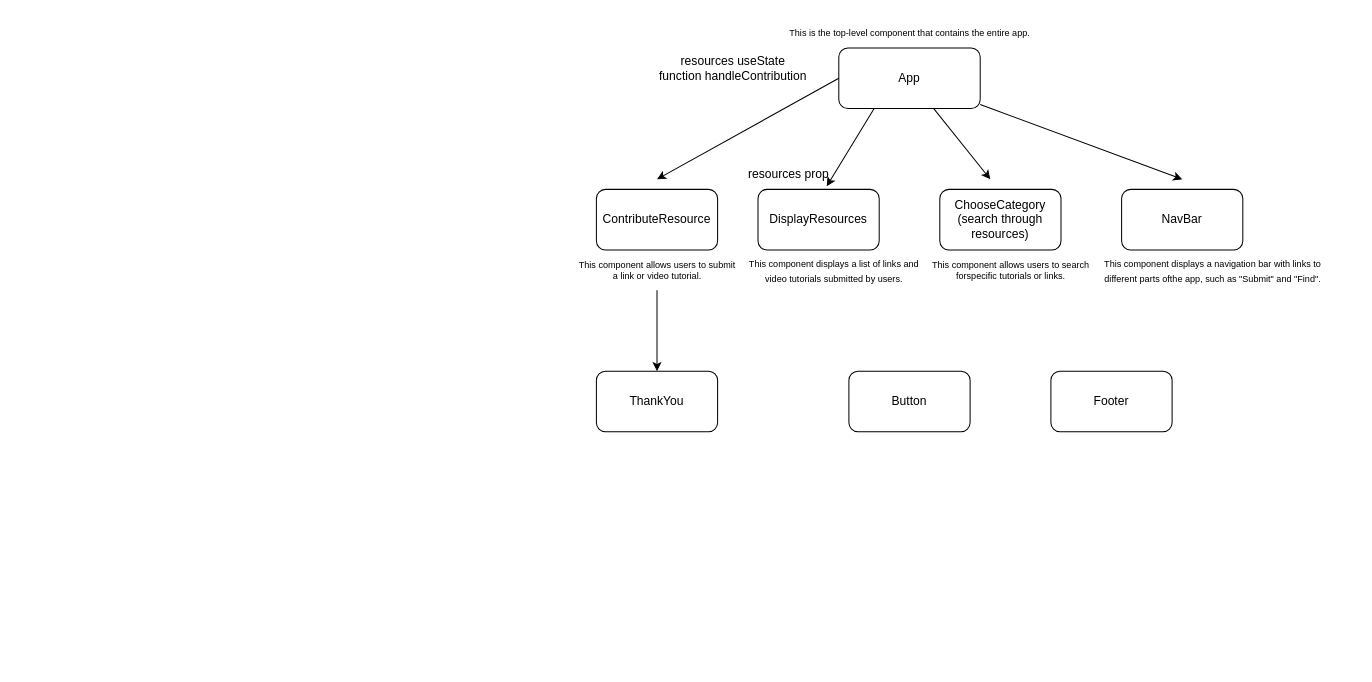
Before: bridge-the-gap/component-tree.drawio in sarahcrack/bridge-the-gap, a draw.io diagram. Source tidied: cells renumbered, new cells numbered last; positions are measured from the earlier drawing's top-left corner, leaving out a move shared by most shapes. Both pictures are drawn from the tidied source at 101%, with x=0, y=0 at pixel (566, 17).
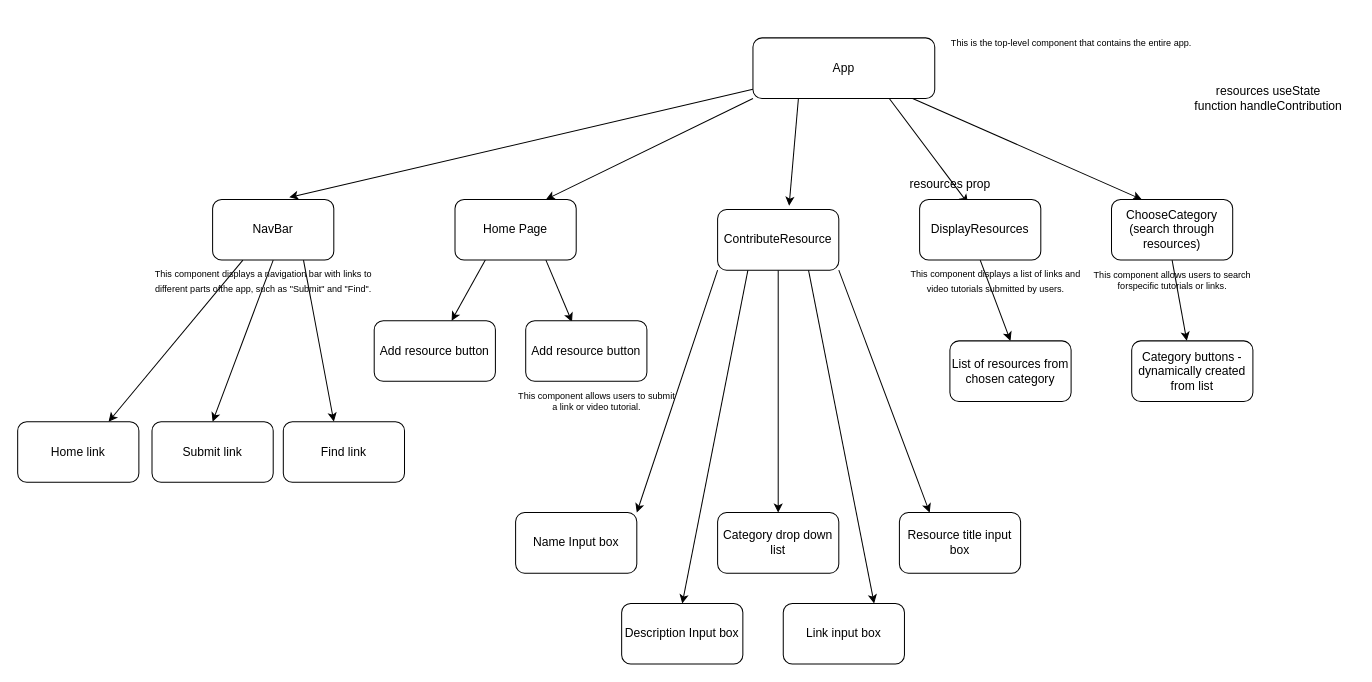
After the change.

Commit message:
added elements to component tree

Diff of the diagram source:
```diff
@@
-    <mxCell id="2" style="edgeStyle=none;html=1;exitX=0;exitY=0.5;exitDx=0;exitDy=0;fontSize=9;" parent="1" edge="1" source="6">
-      <mxGeometry relative="1" as="geometry">
-        <mxPoint x="90" y="160" as="targetPoint" />
-      </mxGeometry>
-    </mxCell>
-    <mxCell id="3" style="edgeStyle=none;html=1;exitX=0.25;exitY=1;exitDx=0;exitDy=0;entryX=0.567;entryY=-0.05;entryDx=0;entryDy=0;entryPerimeter=0;fontSize=9;" parent="1" edge="1" source="6" target="8">
-      <mxGeometry relative="1" as="geometry" />
-    </mxCell>
-    <mxCell id="4" style="edgeStyle=none;html=1;fontSize=9;" parent="1" edge="1" source="6">
-      <mxGeometry relative="1" as="geometry">
-        <mxPoint x="420" y="160" as="targetPoint" />
-      </mxGeometry>
+    <mxCell id="4" style="edgeStyle=none;html=1;fontSize=9;entryX=0.25;entryY=0;entryDx=0;entryDy=0;" parent="1" edge="1" source="6" target="9">
+      <mxGeometry relative="1" as="geometry" />
     </mxCell>
-    <mxCell id="5" style="edgeStyle=none;html=1;fontSize=9;" parent="1" edge="1" source="6">
-      <mxGeometry relative="1" as="geometry">
-        <mxPoint x="610" y="160" as="targetPoint" />
-      </mxGeometry>
+    <mxCell id="5" style="edgeStyle=none;html=1;fontSize=9;entryX=0.632;entryY=-0.035;entryDx=0;entryDy=0;entryPerimeter=0;" parent="1" edge="1" source="6" target="12">
+      <mxGeometry relative="1" as="geometry" />
     </mxCell>
+    <mxCell id="22" style="edgeStyle=none;html=1;exitX=0;exitY=1;exitDx=0;exitDy=0;entryX=0.75;entryY=0;entryDx=0;entryDy=0;" parent="1" edge="1" source="6" target="37">
+      <mxGeometry relative="1" as="geometry" />
+    </mxCell>
+    <mxCell id="23" style="edgeStyle=none;html=1;exitX=0.25;exitY=1;exitDx=0;exitDy=0;entryX=0.59;entryY=-0.063;entryDx=0;entryDy=0;entryPerimeter=0;" parent="1" edge="1" source="6" target="7">
+      <mxGeometry relative="1" as="geometry" />
+    </mxCell>
+    <mxCell id="24" style="edgeStyle=none;html=1;exitX=0.75;exitY=1;exitDx=0;exitDy=0;entryX=0.68;entryY=1.134;entryDx=0;entryDy=0;entryPerimeter=0;" parent="1" edge="1" source="6" target="21">
+      <mxGeometry relative="1" as="geometry" />
+    </mxCell>
     <mxCell id="6" value="App" style="rounded=1;whiteSpace=wrap;html=1;" parent="1" vertex="1">
-      <mxGeometry x="270" y="30" width="140" height="60" as="geometry" />
+      <mxGeometry x="185" y="20" width="180" height="60" as="geometry" />
     </mxCell>
+    <mxCell id="25" style="edgeStyle=none;html=1;exitX=0;exitY=1;exitDx=0;exitDy=0;entryX=1;entryY=0;entryDx=0;entryDy=0;" parent="1" edge="1" source="7" target="40">
+      <mxGeometry relative="1" as="geometry" />
+    </mxCell>
+    <mxCell id="26" style="edgeStyle=none;html=1;exitX=0.25;exitY=1;exitDx=0;exitDy=0;entryX=0.5;entryY=0;entryDx=0;entryDy=0;" parent="1" edge="1" source="7" target="42">
+      <mxGeometry relative="1" as="geometry" />
+    </mxCell>
+    <mxCell id="27" style="edgeStyle=none;html=1;exitX=0.5;exitY=1;exitDx=0;exitDy=0;entryX=0.5;entryY=0;entryDx=0;entryDy=0;" parent="1" edge="1" source="7" target="41">
+      <mxGeometry relative="1" as="geometry" />
+    </mxCell>
+    <mxCell id="28" style="edgeStyle=none;html=1;exitX=0.75;exitY=1;exitDx=0;exitDy=0;entryX=0.75;entryY=0;entryDx=0;entryDy=0;" parent="1" edge="1" source="7" target="43">
+      <mxGeometry relative="1" as="geometry" />
+    </mxCell>
+    <mxCell id="29" style="edgeStyle=none;html=1;exitX=1;exitY=1;exitDx=0;exitDy=0;entryX=0.25;entryY=0;entryDx=0;entryDy=0;" parent="1" edge="1" source="7" target="44">
+      <mxGeometry relative="1" as="geometry" />
+    </mxCell>
     <mxCell id="7" value="ContributeResource" style="rounded=1;whiteSpace=wrap;html=1;" parent="1" vertex="1">
-      <mxGeometry x="30" y="170" width="120" height="60" as="geometry" />
+      <mxGeometry x="150" y="190" width="120" height="60" as="geometry" />
     </mxCell>
+    <mxCell id="30" style="edgeStyle=none;html=1;exitX=0.5;exitY=1;exitDx=0;exitDy=0;entryX=0.5;entryY=0;entryDx=0;entryDy=0;" parent="1" edge="1" source="8" target="10">
+      <mxGeometry relative="1" as="geometry" />
+    </mxCell>
     <mxCell id="8" value="DisplayResources" style="rounded=1;whiteSpace=wrap;html=1;" parent="1" vertex="1">
-      <mxGeometry x="190" y="170" width="120" height="60" as="geometry" />
+      <mxGeometry x="350" y="180" width="120" height="60" as="geometry" />
     </mxCell>
+    <mxCell id="31" style="edgeStyle=none;html=1;exitX=0.5;exitY=1;exitDx=0;exitDy=0;" parent="1" edge="1" source="9" target="19">
+      <mxGeometry relative="1" as="geometry" />
+    </mxCell>
     <mxCell id="9" value="ChooseCategory&lt;br&gt;(search through resources)" style="rounded=1;whiteSpace=wrap;html=1;" parent="1" vertex="1">
-      <mxGeometry x="370" y="170" width="120" height="60" as="geometry" />
+      <mxGeometry x="540" y="180" width="120" height="60" as="geometry" />
     </mxCell>
-    <mxCell id="10" value="ThankYou" style="rounded=1;whiteSpace=wrap;html=1;" parent="1" vertex="1">
-      <mxGeometry x="30" y="350" width="120" height="60" as="geometry" />
+    <mxCell id="10" value="List of resources from chosen category" style="rounded=1;whiteSpace=wrap;html=1;" parent="1" vertex="1">
+      <mxGeometry x="380" y="320" width="120" height="60" as="geometry" />
     </mxCell>
     <mxCell id="11" value="&lt;font style=&quot;font-size: 9px;&quot;&gt;This is the top-level component that contains the entire app.&lt;/font&gt;" style="text;html=1;align=center;verticalAlign=middle;strokeColor=none;fillColor=none;" parent="1" vertex="1">
-      <mxGeometry x="210" width="260" height="30" as="geometry" />
+      <mxGeometry x="370" y="10" width="260" height="30" as="geometry" />
     </mxCell>
+    <mxCell id="32" style="edgeStyle=none;html=1;exitX=0.25;exitY=1;exitDx=0;exitDy=0;entryX=0.75;entryY=0;entryDx=0;entryDy=0;" parent="1" edge="1" source="12" target="39">
+      <mxGeometry relative="1" as="geometry" />
+    </mxCell>
+    <mxCell id="33" style="edgeStyle=none;html=1;exitX=0.5;exitY=1;exitDx=0;exitDy=0;entryX=0.5;entryY=0;entryDx=0;entryDy=0;" parent="1" edge="1" source="12" target="45">
+      <mxGeometry relative="1" as="geometry" />
+    </mxCell>
+    <mxCell id="34" style="edgeStyle=none;html=1;exitX=0.75;exitY=1;exitDx=0;exitDy=0;entryX=0.417;entryY=0;entryDx=0;entryDy=0;entryPerimeter=0;" parent="1" edge="1" source="12" target="46">
+      <mxGeometry relative="1" as="geometry" />
+    </mxCell>
     <mxCell id="12" value="&lt;font style=&quot;font-size: 12px;&quot;&gt;NavBar&lt;/font&gt;" style="rounded=1;whiteSpace=wrap;html=1;fontSize=9;" parent="1" vertex="1">
-      <mxGeometry x="550" y="170" width="120" height="60" as="geometry" />
+      <mxGeometry x="-350" y="180" width="120" height="60" as="geometry" />
     </mxCell>
     <mxCell id="13" value="&lt;font style=&quot;font-size: 9px;&quot;&gt;This component displays a navigation bar with links to&lt;br&gt;different parts ofthe app, such as &quot;Submit&quot; and &quot;Find&quot;.&lt;/font&gt;" style="text;html=1;align=center;verticalAlign=middle;strokeColor=none;fillColor=none;fontSize=12;" parent="1" vertex="1">
-      <mxGeometry x="520" y="230" width="240" height="40" as="geometry" />
+      <mxGeometry x="-420" y="240" width="240" height="40" as="geometry" />
     </mxCell>
     <mxCell id="14" value="This component allows users to search &lt;br&gt;forspecific tutorials or links." style="text;html=1;align=center;verticalAlign=middle;strokeColor=none;fillColor=none;fontSize=9;" parent="1" vertex="1">
-      <mxGeometry x="350" y="230" width="180" height="40" as="geometry" />
+      <mxGeometry x="510" y="240" width="180" height="40" as="geometry" />
     </mxCell>
-    <mxCell id="15" style="edgeStyle=none;html=1;fontSize=9;" parent="1" edge="1" source="16" target="10">
-      <mxGeometry relative="1" as="geometry" />
-    </mxCell>
     <mxCell id="16" value="This component allows users to submit &lt;br&gt;a link or video tutorial." style="text;html=1;align=center;verticalAlign=middle;points=[];strokeColor=none;fillColor=none;fontSize=9;" parent="1" vertex="1">
-      <mxGeometry y="230" width="180" height="40" as="geometry" />
+      <mxGeometry x="-60" y="360" width="180" height="40" as="geometry" />
     </mxCell>
-    <mxCell id="17" value="&lt;font style=&quot;font-size: 12px;&quot;&gt;Button&lt;/font&gt;" style="rounded=1;whiteSpace=wrap;html=1;fontSize=9;" parent="1" vertex="1">
-      <mxGeometry x="280" y="350" width="120" height="60" as="geometry" />
+    <mxCell id="17" value="&lt;font style=&quot;font-size: 12px;&quot;&gt;Add resource button&lt;/font&gt;" style="rounded=1;whiteSpace=wrap;html=1;fontSize=9;" parent="1" vertex="1">
+      <mxGeometry x="-190" y="300" width="120" height="60" as="geometry" />
     </mxCell>
     <mxCell id="18" value="&lt;font style=&quot;font-size: 9px;&quot;&gt;This component displays a list of links and &lt;br&gt;video tutorials submitted by users.&lt;/font&gt;" style="text;html=1;align=center;verticalAlign=middle;strokeColor=none;fillColor=none;fontSize=12;" parent="1" vertex="1">
-      <mxGeometry x="170" y="230" width="190" height="40" as="geometry" />
+      <mxGeometry x="330" y="240" width="190" height="40" as="geometry" />
     </mxCell>
-    <mxCell id="19" value="&lt;font style=&quot;font-size: 12px;&quot;&gt;Footer&lt;/font&gt;" style="rounded=1;whiteSpace=wrap;html=1;fontSize=9;" parent="1" vertex="1">
-      <mxGeometry x="480" y="350" width="120" height="60" as="geometry" />
+    <mxCell id="19" value="&lt;font style=&quot;font-size: 12px;&quot;&gt;Category buttons - dynamically created from list&lt;/font&gt;" style="rounded=1;whiteSpace=wrap;html=1;fontSize=9;" parent="1" vertex="1">
+      <mxGeometry x="560" y="320" width="120" height="60" as="geometry" />
     </mxCell>
     <mxCell id="20" value="resources useState&lt;br&gt;function handleContribution&lt;br&gt;" style="text;html=1;align=center;verticalAlign=middle;strokeColor=none;fillColor=none;fontSize=12;" parent="1" vertex="1">
-      <mxGeometry x="80" y="30" width="170" height="40" as="geometry" />
+      <mxGeometry x="610" y="60" width="170" height="40" as="geometry" />
     </mxCell>
     <mxCell id="21" value="resources prop" style="text;html=1;align=center;verticalAlign=middle;points=[];strokeColor=none;fillColor=none;fontSize=12;" parent="1" vertex="1">
-      <mxGeometry x="170" y="140" width="100" height="30" as="geometry" />
+      <mxGeometry x="330" y="150" width="100" height="30" as="geometry" />
     </mxCell>
+    <mxCell id="35" style="edgeStyle=none;html=1;exitX=0.25;exitY=1;exitDx=0;exitDy=0;" parent="1" edge="1" source="37" target="17">
+      <mxGeometry relative="1" as="geometry" />
+    </mxCell>
+    <mxCell id="36" style="edgeStyle=none;html=1;exitX=0.75;exitY=1;exitDx=0;exitDy=0;entryX=0.382;entryY=0.021;entryDx=0;entryDy=0;entryPerimeter=0;" parent="1" edge="1" source="37" target="38">
+      <mxGeometry relative="1" as="geometry" />
+    </mxCell>
+    <mxCell id="37" value="Home Page" style="rounded=1;whiteSpace=wrap;html=1;" parent="1" vertex="1">
+      <mxGeometry x="-110" y="180" width="120" height="60" as="geometry" />
+    </mxCell>
+    <mxCell id="38" value="&lt;font style=&quot;font-size: 12px;&quot;&gt;Add resource button&lt;/font&gt;" style="rounded=1;whiteSpace=wrap;html=1;fontSize=9;" parent="1" vertex="1">
+      <mxGeometry x="-40" y="300" width="120" height="60" as="geometry" />
+    </mxCell>
+    <mxCell id="39" value="&lt;font style=&quot;font-size: 12px;&quot;&gt;Home link&lt;/font&gt;" style="rounded=1;whiteSpace=wrap;html=1;fontSize=9;" parent="1" vertex="1">
+      <mxGeometry x="-543" y="400" width="120" height="60" as="geometry" />
+    </mxCell>
+    <mxCell id="40" value="&lt;font style=&quot;font-size: 12px;&quot;&gt;Name Input box&lt;/font&gt;" style="rounded=1;whiteSpace=wrap;html=1;fontSize=9;" parent="1" vertex="1">
+      <mxGeometry x="-50" y="490" width="120" height="60" as="geometry" />
+    </mxCell>
+    <mxCell id="41" value="&lt;font style=&quot;font-size: 12px;&quot;&gt;Category drop down list&lt;/font&gt;" style="rounded=1;whiteSpace=wrap;html=1;fontSize=9;" parent="1" vertex="1">
+      <mxGeometry x="150" y="490" width="120" height="60" as="geometry" />
+    </mxCell>
+    <mxCell id="42" value="&lt;font style=&quot;font-size: 12px;&quot;&gt;Description Input box&lt;/font&gt;" style="rounded=1;whiteSpace=wrap;html=1;fontSize=9;" parent="1" vertex="1">
+      <mxGeometry x="55" y="580" width="120" height="60" as="geometry" />
+    </mxCell>
+    <mxCell id="43" value="&lt;font style=&quot;font-size: 12px;&quot;&gt;Link input box&lt;/font&gt;" style="rounded=1;whiteSpace=wrap;html=1;fontSize=9;" parent="1" vertex="1">
+      <mxGeometry x="215" y="580" width="120" height="60" as="geometry" />
+    </mxCell>
+    <mxCell id="44" value="&lt;font style=&quot;font-size: 12px;&quot;&gt;Resource title input box&lt;/font&gt;" style="rounded=1;whiteSpace=wrap;html=1;fontSize=9;" parent="1" vertex="1">
+      <mxGeometry x="330" y="490" width="120" height="60" as="geometry" />
+    </mxCell>
+    <mxCell id="45" value="&lt;font style=&quot;font-size: 12px;&quot;&gt;Submit link&lt;/font&gt;" style="rounded=1;whiteSpace=wrap;html=1;fontSize=9;" parent="1" vertex="1">
+      <mxGeometry x="-410" y="400" width="120" height="60" as="geometry" />
+    </mxCell>
+    <mxCell id="46" value="&lt;font style=&quot;font-size: 12px;&quot;&gt;Find link&lt;/font&gt;" style="rounded=1;whiteSpace=wrap;html=1;fontSize=9;" parent="1" vertex="1">
+      <mxGeometry x="-280" y="400" width="120" height="60" as="geometry" />
+    </mxCell>
```
